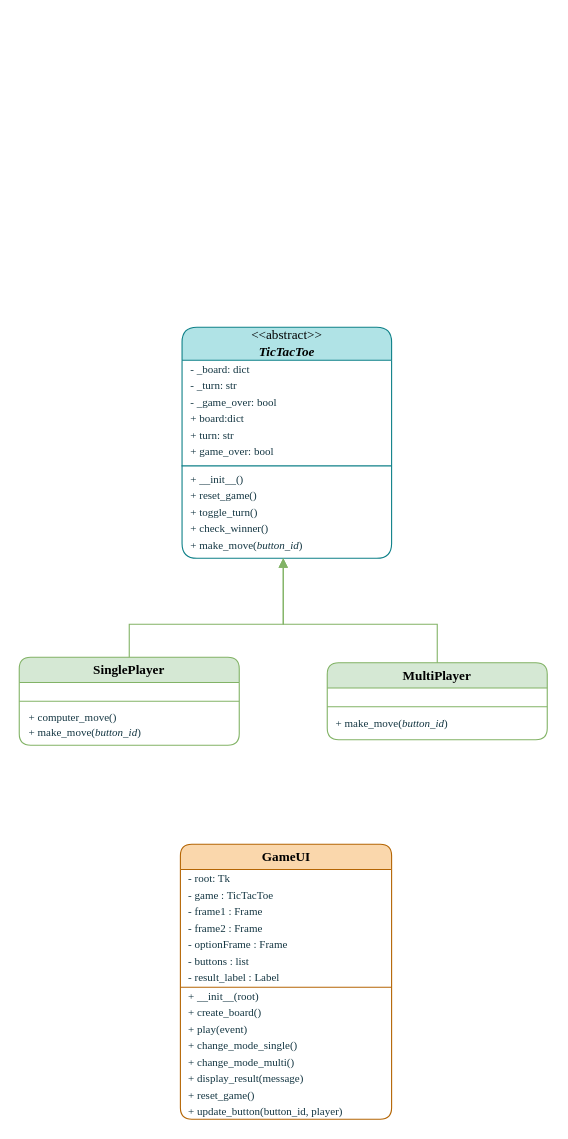
Above: Untitled Diagram.drawio in Ratriika347/Ratriika347.github.io (draw.io), before the change. Source tidied: cells renumbered, new cells numbered last; positions are measured from the earlier drawing's top-left corner, leaving out a move shared by most shapes. Both pictures are drawn from the tidied source at 110%, with x=0, y=0 at pixel (19, 327).
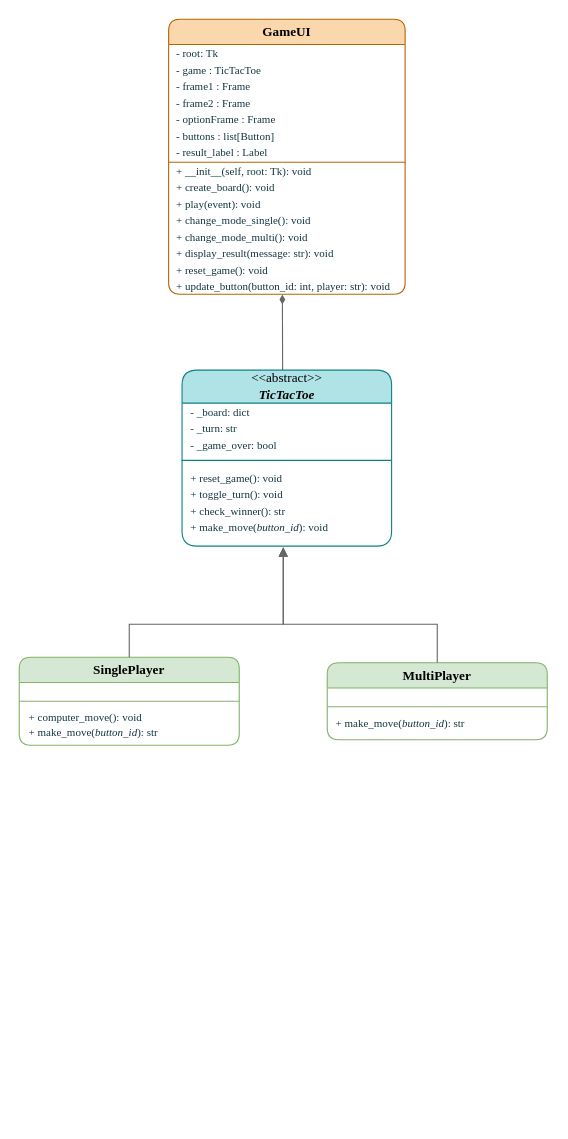
Above is the later version.

Unchanged cells that the change refers to:
```xml
<mxCell id="32" value="&lt;font face=&quot;Times New Roman&quot;&gt;SinglePlayer&lt;/font&gt;" style="swimlane;whiteSpace=wrap;html=1;hachureGap=4;fontFamily=Architects Daughter;rounded=1;labelBackgroundColor=none;fillColor=#d5e8d4;strokeColor=#82b366;" parent="1" vertex="1">
  <mxGeometry y="300" width="200" height="80" as="geometry" />
</mxCell>
<mxCell id="36" value="&lt;font face=&quot;Times New Roman&quot;&gt;MultiPlayer&lt;/font&gt;" style="swimlane;whiteSpace=wrap;html=1;hachureGap=4;fontFamily=Architects Daughter;rounded=1;labelBackgroundColor=none;fillColor=#d5e8d4;strokeColor=#82b366;" parent="1" vertex="1">
  <mxGeometry x="280" y="305" width="200" height="70" as="geometry" />
</mxCell>
```

Diff of the diagram source:
```diff
@@
     <mxCell id="2" value="&lt;font face=&quot;Times New Roman&quot;&gt;GameUI&lt;/font&gt;" style="swimlane;whiteSpace=wrap;html=1;hachureGap=4;fontFamily=Architects Daughter;rounded=1;labelBackgroundColor=none;fillColor=#fad7ac;strokeColor=#b46504;" parent="1" vertex="1">
-      <mxGeometry x="146.5" y="470" width="192" height="250" as="geometry" />
+      <mxGeometry x="135.8" y="-280" width="215" height="250" as="geometry" />
     </mxCell>
@@
     <mxCell id="8" style="endArrow=none;html=1;rounded=1;hachureGap=4;fontFamily=Architects Daughter;exitX=0;exitY=0.5;exitDx=0;exitDy=0;labelBackgroundColor=none;strokeColor=#b46504;fontColor=default;fillColor=#fad7ac;" parent="2" edge="1">
       <mxGeometry relative="1" as="geometry">
         <mxPoint y="130" as="sourcePoint" />
-        <mxPoint x="192" y="130" as="targetPoint" />
+        <mxPoint x="215" y="130" as="targetPoint" />
       </mxGeometry>
     </mxCell>
-    <mxCell id="9" value="&lt;font style=&quot;font-size: 10px;&quot; face=&quot;Times New Roman&quot;&gt;- buttons : list&lt;/font&gt;" style="text;html=1;align=left;verticalAlign=middle;whiteSpace=wrap;rounded=1;fontFamily=Architects Daughter;fontSize=10;labelBackgroundColor=none;fontColor=#143642;" parent="2" vertex="1">
+    <mxCell id="9" value="&lt;font style=&quot;font-size: 10px;&quot; face=&quot;Times New Roman&quot;&gt;- buttons : list[Button]&lt;/font&gt;" style="text;html=1;align=left;verticalAlign=middle;whiteSpace=wrap;rounded=1;fontFamily=Architects Daughter;fontSize=10;labelBackgroundColor=none;fontColor=#143642;" parent="2" vertex="1">
       <mxGeometry x="5" y="98" width="185" height="15" as="geometry" />
     </mxCell>
@@
-    <mxCell id="11" value="&lt;font style=&quot;font-size: 10px;&quot; face=&quot;Times New Roman&quot;&gt;+ __init__(root)&lt;/font&gt;" style="text;html=1;align=left;verticalAlign=middle;whiteSpace=wrap;rounded=1;fontFamily=Architects Daughter;fontSize=10;labelBackgroundColor=none;fontColor=#143642;" parent="2" vertex="1">
+    <mxCell id="11" value="&lt;font style=&quot;font-size: 10px;&quot; face=&quot;Times New Roman&quot;&gt;+ __init__(self, root: Tk): void&lt;/font&gt;" style="text;html=1;align=left;verticalAlign=middle;whiteSpace=wrap;rounded=1;fontFamily=Architects Daughter;fontSize=10;labelBackgroundColor=none;fontColor=#143642;" parent="2" vertex="1">
       <mxGeometry x="5" y="130" width="185" height="15" as="geometry" />
     </mxCell>
-    <mxCell id="12" value="&lt;font style=&quot;font-size: 10px;&quot; face=&quot;Times New Roman&quot;&gt;+ create_board()&lt;/font&gt;" style="text;html=1;align=left;verticalAlign=middle;whiteSpace=wrap;rounded=1;fontFamily=Architects Daughter;fontSize=10;labelBackgroundColor=none;fontColor=#143642;" parent="2" vertex="1">
+    <mxCell id="12" value="&lt;font style=&quot;font-size: 10px;&quot; face=&quot;Times New Roman&quot;&gt;+ create_board(): void&lt;/font&gt;" style="text;html=1;align=left;verticalAlign=middle;whiteSpace=wrap;rounded=1;fontFamily=Architects Daughter;fontSize=10;labelBackgroundColor=none;fontColor=#143642;" parent="2" vertex="1">
       <mxGeometry x="5" y="145" width="200" height="15" as="geometry" />
     </mxCell>
-    <mxCell id="13" value="&lt;font face=&quot;Times New Roman&quot;&gt;+ play(event)&lt;/font&gt;" style="text;html=1;align=left;verticalAlign=middle;whiteSpace=wrap;rounded=1;fontFamily=Architects Daughter;fontSize=10;labelBackgroundColor=none;fontColor=#143642;" parent="2" vertex="1">
+    <mxCell id="13" value="&lt;font face=&quot;Times New Roman&quot;&gt;+ play(event): void&lt;/font&gt;" style="text;html=1;align=left;verticalAlign=middle;whiteSpace=wrap;rounded=1;fontFamily=Architects Daughter;fontSize=10;labelBackgroundColor=none;fontColor=#143642;" parent="2" vertex="1">
       <mxGeometry x="5" y="160" width="200" height="15" as="geometry" />
     </mxCell>
-    <mxCell id="14" value="&lt;font style=&quot;font-size: 10px;&quot;&gt;+ change_mode_single()&lt;/font&gt;" style="text;html=1;align=left;verticalAlign=middle;whiteSpace=wrap;rounded=1;fontFamily=Times New Roman;fontSize=10;labelBackgroundColor=none;fontColor=#143642;" parent="2" vertex="1">
+    <mxCell id="14" value="&lt;font style=&quot;font-size: 10px;&quot;&gt;+ change_mode_single(): void&lt;/font&gt;" style="text;html=1;align=left;verticalAlign=middle;whiteSpace=wrap;rounded=1;fontFamily=Times New Roman;fontSize=10;labelBackgroundColor=none;fontColor=#143642;" parent="2" vertex="1">
       <mxGeometry x="5" y="175" width="200" height="15" as="geometry" />
     </mxCell>
-    <mxCell id="15" value="&lt;font style=&quot;font-size: 10px;&quot; face=&quot;Times New Roman&quot;&gt;+ change_mode_multi()&lt;/font&gt;" style="text;html=1;align=left;verticalAlign=middle;whiteSpace=wrap;rounded=1;fontFamily=Architects Daughter;fontSize=10;labelBackgroundColor=none;fontColor=#143642;" parent="2" vertex="1">
+    <mxCell id="15" value="&lt;font style=&quot;font-size: 10px;&quot; face=&quot;Times New Roman&quot;&gt;+ change_mode_multi(): void&lt;/font&gt;" style="text;html=1;align=left;verticalAlign=middle;whiteSpace=wrap;rounded=1;fontFamily=Architects Daughter;fontSize=10;labelBackgroundColor=none;fontColor=#143642;" parent="2" vertex="1">
       <mxGeometry x="5" y="190" width="200" height="15" as="geometry" />
     </mxCell>
-    <mxCell id="16" value="&lt;font face=&quot;Times New Roman&quot;&gt;+ display_result(message)&lt;/font&gt;" style="text;html=1;align=left;verticalAlign=middle;whiteSpace=wrap;rounded=1;fontFamily=Architects Daughter;fontSize=10;labelBackgroundColor=none;fontColor=#143642;" parent="2" vertex="1">
+    <mxCell id="16" value="&lt;font face=&quot;Times New Roman&quot;&gt;+ display_result(message: str): void&lt;/font&gt;" style="text;html=1;align=left;verticalAlign=middle;whiteSpace=wrap;rounded=1;fontFamily=Architects Daughter;fontSize=10;labelBackgroundColor=none;fontColor=#143642;" parent="2" vertex="1">
       <mxGeometry x="5" y="205" width="200" height="15" as="geometry" />
     </mxCell>
-    <mxCell id="17" value="&lt;font style=&quot;font-size: 10px;&quot; face=&quot;Times New Roman&quot;&gt;+ reset_game()&lt;/font&gt;" style="text;html=1;align=left;verticalAlign=middle;whiteSpace=wrap;rounded=1;fontFamily=Architects Daughter;fontSize=10;labelBackgroundColor=none;fontColor=#143642;" parent="2" vertex="1">
+    <mxCell id="17" value="&lt;font style=&quot;font-size: 10px;&quot; face=&quot;Times New Roman&quot;&gt;+ reset_game(): void&lt;/font&gt;" style="text;html=1;align=left;verticalAlign=middle;whiteSpace=wrap;rounded=1;fontFamily=Architects Daughter;fontSize=10;labelBackgroundColor=none;fontColor=#143642;" parent="2" vertex="1">
       <mxGeometry x="5" y="220" width="200" height="15" as="geometry" />
     </mxCell>
-    <mxCell id="18" value="&lt;font style=&quot;font-size: 10px;&quot; face=&quot;Times New Roman&quot;&gt;+ update_button(button_id, player)&lt;/font&gt;" style="text;html=1;align=left;verticalAlign=middle;whiteSpace=wrap;rounded=1;fontFamily=Architects Daughter;fontSize=10;labelBackgroundColor=none;fontColor=#143642;" parent="2" vertex="1">
+    <mxCell id="18" value="&lt;font style=&quot;font-size: 10px;&quot; face=&quot;Times New Roman&quot;&gt;+ update_button(button_id: int, player: str): void&lt;/font&gt;" style="text;html=1;align=left;verticalAlign=middle;whiteSpace=wrap;rounded=1;fontFamily=Architects Daughter;fontSize=10;labelBackgroundColor=none;fontColor=#143642;" parent="2" vertex="1">
       <mxGeometry x="5" y="235" width="200" height="15" as="geometry" />
     </mxCell>
     <mxCell id="19" value="&lt;font style=&quot;font-weight: normal;&quot; face=&quot;Times New Roman&quot;&gt;&amp;lt;&amp;lt;abstract&amp;gt;&amp;gt;&lt;/font&gt;&lt;div&gt;&lt;font face=&quot;Times New Roman&quot;&gt;&lt;i&gt;TicTacToe&lt;/i&gt;&lt;/font&gt;&lt;/div&gt;" style="swimlane;whiteSpace=wrap;html=1;hachureGap=4;fontFamily=Architects Daughter;startSize=30;rounded=1;labelBackgroundColor=none;fillColor=#b0e3e6;strokeColor=#0e8088;" parent="1" vertex="1">
-      <mxGeometry x="148" width="190.5" height="210" as="geometry" />
+      <mxGeometry x="148" y="39" width="190.5" height="160" as="geometry" />
     </mxCell>
@@
-    <mxCell id="23" value="&lt;font style=&quot;font-size: 10px;&quot;&gt;+ board:dict&lt;/font&gt;" style="text;html=1;align=left;verticalAlign=middle;whiteSpace=wrap;rounded=1;fontFamily=Times New Roman;fontSize=10;labelBackgroundColor=none;fontColor=#143642;" parent="19" vertex="1">
-      <mxGeometry x="6" y="75" width="185" height="15" as="geometry" />
-    </mxCell>
-    <mxCell id="24" value="&lt;font style=&quot;font-size: 10px;&quot; face=&quot;Times New Roman&quot;&gt;+ turn: str&lt;/font&gt;" style="text;html=1;align=left;verticalAlign=middle;whiteSpace=wrap;rounded=1;fontFamily=Architects Daughter;fontSize=10;labelBackgroundColor=none;fontColor=#143642;" parent="19" vertex="1">
-      <mxGeometry x="6" y="90" width="185" height="15" as="geometry" />
-    </mxCell>
-    <mxCell id="25" value="&lt;font style=&quot;font-size: 10px;&quot; face=&quot;Times New Roman&quot;&gt;+ game_over: bool&lt;/font&gt;" style="text;html=1;align=left;verticalAlign=middle;whiteSpace=wrap;rounded=1;fontFamily=Architects Daughter;fontSize=10;labelBackgroundColor=none;fontColor=#143642;" parent="19" vertex="1">
-      <mxGeometry x="6" y="105" width="185" height="15" as="geometry" />
-    </mxCell>
     <mxCell id="26" style="endArrow=none;html=1;rounded=1;hachureGap=4;fontFamily=Architects Daughter;labelBackgroundColor=none;strokeColor=#0e8088;fontColor=default;fillColor=#b0e3e6;" parent="19" edge="1">
       <mxGeometry relative="1" as="geometry">
-        <mxPoint x="-0.5" y="126" as="sourcePoint" />
-        <mxPoint x="190.5" y="126" as="targetPoint" />
+        <mxPoint x="-0.5" y="82" as="sourcePoint" />
+        <mxPoint x="190.5" y="82" as="targetPoint" />
       </mxGeometry>
     </mxCell>
-    <mxCell id="27" value="&lt;font style=&quot;font-size: 10px;&quot; face=&quot;Times New Roman&quot;&gt;+ __init__()&lt;/font&gt;" style="text;html=1;align=left;verticalAlign=middle;whiteSpace=wrap;rounded=1;fontFamily=Architects Daughter;fontSize=10;labelBackgroundColor=none;fontColor=#143642;" parent="19" vertex="1">
-      <mxGeometry x="6" y="130" width="185" height="15" as="geometry" />
-    </mxCell>
-    <mxCell id="28" value="&lt;font style=&quot;font-size: 10px;&quot; face=&quot;Times New Roman&quot;&gt;+ reset_game()&lt;/font&gt;" style="text;html=1;align=left;verticalAlign=middle;whiteSpace=wrap;rounded=1;fontFamily=Architects Daughter;fontSize=10;labelBackgroundColor=none;fontColor=#143642;" parent="19" vertex="1">
-      <mxGeometry x="6" y="145" width="200" height="15" as="geometry" />
+    <mxCell id="28" value="&lt;font style=&quot;font-size: 10px;&quot; face=&quot;Times New Roman&quot;&gt;+ reset_game(): void&lt;/font&gt;" style="text;html=1;align=left;verticalAlign=middle;whiteSpace=wrap;rounded=1;fontFamily=Architects Daughter;fontSize=10;labelBackgroundColor=none;fontColor=#143642;" parent="19" vertex="1">
+      <mxGeometry x="6" y="90" width="200" height="15" as="geometry" />
     </mxCell>
-    <mxCell id="29" value="&lt;font face=&quot;Times New Roman&quot;&gt;+ toggle_turn()&lt;/font&gt;" style="text;html=1;align=left;verticalAlign=middle;whiteSpace=wrap;rounded=1;fontFamily=Architects Daughter;fontSize=10;labelBackgroundColor=none;fontColor=#143642;" parent="19" vertex="1">
-      <mxGeometry x="6" y="160" width="200" height="15" as="geometry" />
+    <mxCell id="29" value="&lt;font face=&quot;Times New Roman&quot;&gt;+ toggle_turn(): void&lt;/font&gt;" style="text;html=1;align=left;verticalAlign=middle;whiteSpace=wrap;rounded=1;fontFamily=Architects Daughter;fontSize=10;labelBackgroundColor=none;fontColor=#143642;" parent="19" vertex="1">
+      <mxGeometry x="6" y="105" width="200" height="15" as="geometry" />
     </mxCell>
-    <mxCell id="30" value="&lt;font style=&quot;font-size: 10px;&quot;&gt;+ check_winner()&lt;/font&gt;" style="text;html=1;align=left;verticalAlign=middle;whiteSpace=wrap;rounded=1;fontFamily=Times New Roman;fontSize=10;labelBackgroundColor=none;fontColor=#143642;" parent="19" vertex="1">
-      <mxGeometry x="6" y="175" width="200" height="15" as="geometry" />
+    <mxCell id="30" value="&lt;font style=&quot;font-size: 10px;&quot;&gt;+ check_winner(): str&lt;/font&gt;" style="text;html=1;align=left;verticalAlign=middle;whiteSpace=wrap;rounded=1;fontFamily=Times New Roman;fontSize=10;labelBackgroundColor=none;fontColor=#143642;" parent="19" vertex="1">
+      <mxGeometry x="6" y="120" width="200" height="15" as="geometry" />
     </mxCell>
-    <mxCell id="31" value="&lt;font style=&quot;font-size: 10px;&quot; face=&quot;Times New Roman&quot;&gt;+ make_move(&lt;i&gt;button_id&lt;/i&gt;)&lt;/font&gt;" style="text;html=1;align=left;verticalAlign=middle;whiteSpace=wrap;rounded=1;fontFamily=Architects Daughter;fontSize=10;labelBackgroundColor=none;fontColor=#143642;" parent="19" vertex="1">
-      <mxGeometry x="6" y="190" width="200" height="15" as="geometry" />
+    <mxCell id="31" value="&lt;font style=&quot;font-size: 10px;&quot; face=&quot;Times New Roman&quot;&gt;+ make_move(&lt;i&gt;button_id&lt;/i&gt;): void&lt;/font&gt;" style="text;html=1;align=left;verticalAlign=middle;whiteSpace=wrap;rounded=1;fontFamily=Architects Daughter;fontSize=10;labelBackgroundColor=none;fontColor=#143642;" parent="19" vertex="1">
+      <mxGeometry x="6" y="135" width="200" height="15" as="geometry" />
     </mxCell>
@@
-    <mxCell id="34" value="&lt;font style=&quot;font-size: 10px;&quot;&gt;+ computer_move()&lt;/font&gt;" style="text;html=1;align=left;verticalAlign=middle;whiteSpace=wrap;rounded=1;fontFamily=Times New Roman;fontSize=10;labelBackgroundColor=none;fontColor=#143642;" parent="32" vertex="1">
+    <mxCell id="34" value="&lt;font style=&quot;font-size: 10px;&quot;&gt;+ computer_move(): void&lt;/font&gt;" style="text;html=1;align=left;verticalAlign=middle;whiteSpace=wrap;rounded=1;fontFamily=Times New Roman;fontSize=10;labelBackgroundColor=none;fontColor=#143642;" parent="32" vertex="1">
       <mxGeometry x="7" y="46" width="183" height="15" as="geometry" />
     </mxCell>
-    <mxCell id="35" value="&lt;font style=&quot;font-size: 10px;&quot; face=&quot;Times New Roman&quot;&gt;+ make_move(&lt;i&gt;button_id&lt;/i&gt;)&lt;/font&gt;" style="text;html=1;align=left;verticalAlign=middle;whiteSpace=wrap;rounded=1;fontFamily=Architects Daughter;fontSize=10;labelBackgroundColor=none;fontColor=#143642;" parent="32" vertex="1">
+    <mxCell id="35" value="&lt;font style=&quot;font-size: 10px;&quot; face=&quot;Times New Roman&quot;&gt;+ make_move(&lt;i&gt;button_id&lt;/i&gt;): str&lt;/font&gt;" style="text;html=1;align=left;verticalAlign=middle;whiteSpace=wrap;rounded=1;fontFamily=Architects Daughter;fontSize=10;labelBackgroundColor=none;fontColor=#143642;" parent="32" vertex="1">
       <mxGeometry x="7" y="60" width="183" height="16" as="geometry" />
     </mxCell>
@@
-    <mxCell id="38" value="&lt;font style=&quot;font-size: 10px;&quot; face=&quot;Times New Roman&quot;&gt;+ make_move(&lt;i&gt;button_id&lt;/i&gt;)&lt;/font&gt;" style="text;html=1;align=left;verticalAlign=middle;whiteSpace=wrap;rounded=1;fontFamily=Architects Daughter;fontSize=10;labelBackgroundColor=none;fontColor=#143642;" parent="36" vertex="1">
+    <mxCell id="38" value="&lt;font style=&quot;font-size: 10px;&quot; face=&quot;Times New Roman&quot;&gt;+ make_move(&lt;i&gt;button_id&lt;/i&gt;): str&lt;/font&gt;" style="text;html=1;align=left;verticalAlign=middle;whiteSpace=wrap;rounded=1;fontFamily=Architects Daughter;fontSize=10;labelBackgroundColor=none;fontColor=#143642;" parent="36" vertex="1">
       <mxGeometry x="6" y="47" width="183" height="16" as="geometry" />
     </mxCell>
-    <mxCell id="39" style="endArrow=block;endFill=1;html=1;edgeStyle=orthogonalEdgeStyle;align=left;verticalAlign=top;rounded=0;hachureGap=4;strokeColor=#82b366;fontFamily=Architects Daughter;fontColor=#143642;fillColor=#d5e8d4;" parent="1" edge="1">
+    <mxCell id="39" style="endArrow=block;endFill=1;html=1;edgeStyle=orthogonalEdgeStyle;align=left;verticalAlign=top;rounded=0;hachureGap=4;strokeColor=#666666;fontFamily=Architects Daughter;fontColor=#143642;fillColor=#f5f5f5;" parent="1" edge="1">
       <mxGeometry x="-1" relative="1" as="geometry">
         <mxPoint x="100" y="300" as="sourcePoint" />
-        <mxPoint x="240" y="210" as="targetPoint" />
+        <mxPoint x="240" y="200" as="targetPoint" />
         <Array as="points">
           <mxPoint x="100" y="270" />
           <mxPoint x="240" y="270" />
         </Array>
       </mxGeometry>
     </mxCell>
-    <mxCell id="40" style="endArrow=block;endFill=1;html=1;edgeStyle=orthogonalEdgeStyle;align=left;verticalAlign=top;rounded=0;hachureGap=4;strokeColor=#82b366;fontFamily=Architects Daughter;fontColor=#143642;fillColor=#d5e8d4;exitX=0.5;exitY=0;exitDx=0;exitDy=0;" parent="1" edge="1">
+    <mxCell id="40" style="endArrow=block;endFill=1;html=1;edgeStyle=orthogonalEdgeStyle;align=left;verticalAlign=top;rounded=0;hachureGap=4;fontFamily=Architects Daughter;fontColor=#143642;exitX=0.5;exitY=0;exitDx=0;exitDy=0;fillColor=#f5f5f5;strokeColor=#666666;" parent="1" edge="1">
       <mxGeometry x="-1" relative="1" as="geometry">
         <mxPoint x="380" y="305" as="sourcePoint" />
-        <mxPoint x="240" y="210" as="targetPoint" />
+        <mxPoint x="240" y="200" as="targetPoint" />
         <Array as="points">
           <mxPoint x="380" y="270" />
           <mxPoint x="240" y="270" />
         </Array>
       </mxGeometry>
     </mxCell>
+    <mxCell id="41" style="html=1;verticalAlign=bottom;endArrow=diamondThin;curved=0;rounded=0;hachureGap=4;strokeColor=#666666;fontFamily=Architects Daughter;fontColor=#143642;fillColor=#f5f5f5;exitX=0.48;exitY=-0.001;exitDx=0;exitDy=0;endFill=1;exitPerimeter=0;entryX=0.492;entryY=1.02;entryDx=0;entryDy=0;entryPerimeter=0;" parent="1" edge="1" source="19" target="18">
+      <mxGeometry relative="1" as="geometry" />
+    </mxCell>
```
